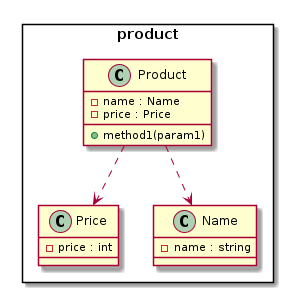
smeghead/php-class-diagram keeps this PlantUML diagram as output.png. Above is the earlier version.
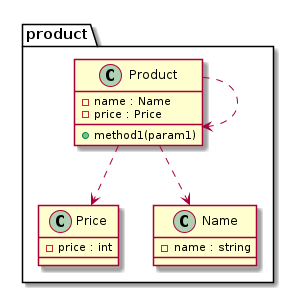
The same file after the commit.

What changed in the source:
```diff
@@ -1,17 +1,18 @@
 @startuml class-diagram
-  package product as product <<Rectangle>> {
-    class product.Price {
+  package product as product {
+    class "Price" as product_Price {
       -price : int
     }
-    class product.Name {
+    class "Name" as product_Name {
       -name : string
     }
-    class product.Product {
+    class "Product" as product_Product {
       -name : Name
       -price : Price
       +method1(param1)
     }
   }
-  product.Product ..> product.Name
-  product.Product ..> product.Price
+  product_Product ..> product_Name
+  product_Product ..> product_Price
+  product_Product ..> product_Product
 @enduml
```
